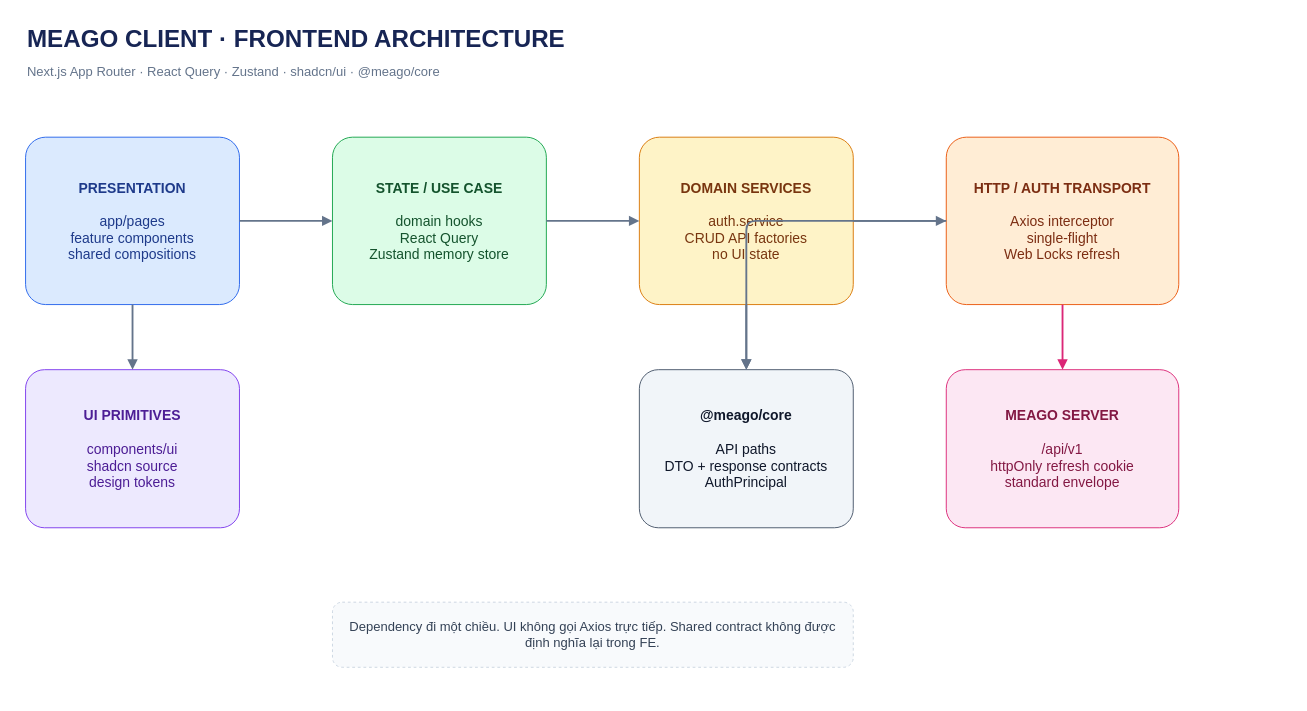
NguyenMinhToan003/MeagoClient keeps this draw.io diagram as docs/diagrams/frontend-architecture.drawio. Above is the earlier version. Source tidied: cells renumbered, new cells numbered last; positions are measured from the earlier drawing's top-left corner, leaving out a move shared by most shapes. Both pictures are drawn from the tidied source at 93%, with x=0, y=0 at pixel (25, 16).
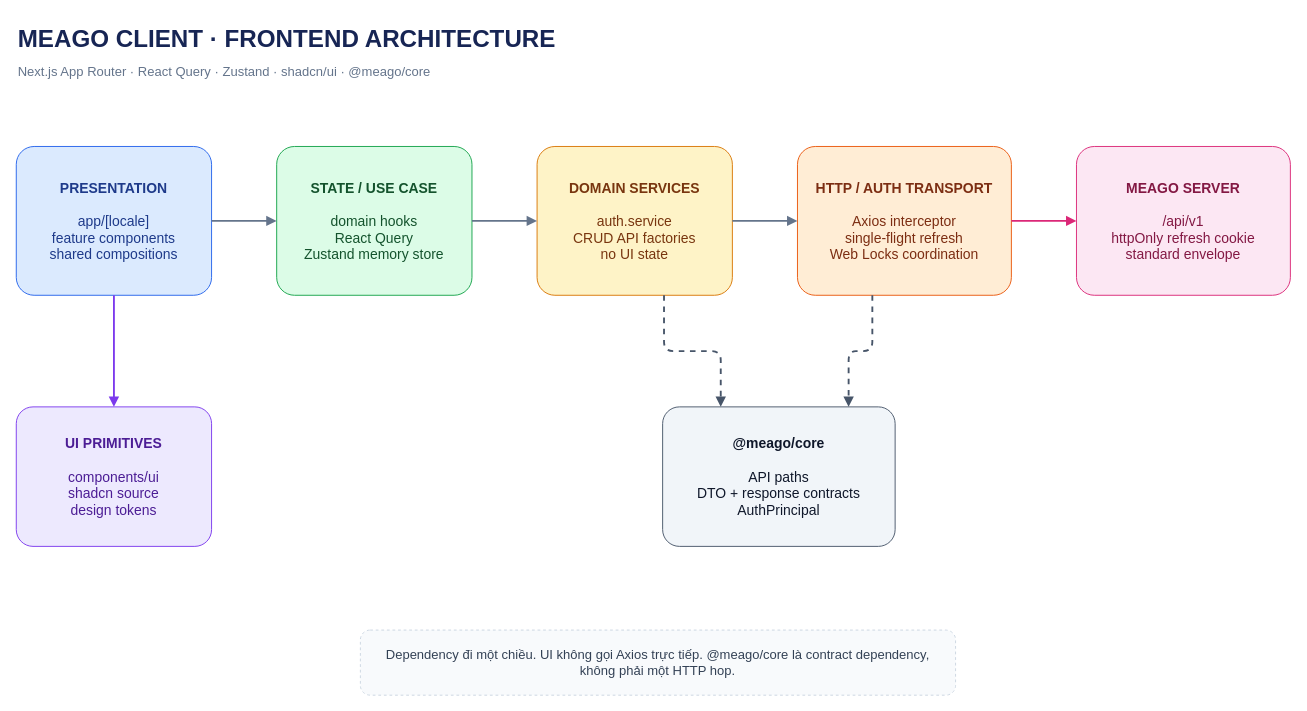
After the change.

The edit, as a diff of the source:
```diff
@@
     <mxCell id="2" value="MEAGO CLIENT · FRONTEND ARCHITECTURE" style="text;html=1;align=left;verticalAlign=middle;fontSize=26;fontStyle=1;fontColor=#172554;" parent="1" vertex="1">
-      <mxGeometry width="700" height="50" as="geometry" />
+      <mxGeometry x="-10" width="760" height="50" as="geometry" />
     </mxCell>
     <mxCell id="3" value="Next.js App Router · React Query · Zustand · shadcn/ui · @meago/core" style="text;html=1;align=left;verticalAlign=middle;fontSize=14;fontColor=#64748B;" parent="1" vertex="1">
-      <mxGeometry y="45" width="700" height="30" as="geometry" />
+      <mxGeometry x="-10" y="45" width="760" height="30" as="geometry" />
     </mxCell>
-    <mxCell id="4" value="&lt;b&gt;PRESENTATION&lt;/b&gt;&lt;br&gt;&lt;br&gt;app/pages&lt;br&gt;feature components&lt;br&gt;shared compositions" style="rounded=1;whiteSpace=wrap;html=1;fillColor=#DBEAFE;strokeColor=#2563EB;fontColor=#1E3A8A;fontSize=15;spacing=12;arcSize=12;" parent="1" vertex="1">
-      <mxGeometry y="130" width="230" height="180" as="geometry" />
+    <mxCell id="4" value="&lt;b&gt;PRESENTATION&lt;/b&gt;&lt;br&gt;&lt;br&gt;app/[locale]&lt;br&gt;feature components&lt;br&gt;shared compositions" style="rounded=1;whiteSpace=wrap;html=1;fillColor=#DBEAFE;strokeColor=#2563EB;fontColor=#1E3A8A;fontSize=15;spacing=12;arcSize=12;" parent="1" vertex="1">
+      <mxGeometry x="-10" y="140" width="210" height="160" as="geometry" />
     </mxCell>
-    <mxCell id="5" value="&lt;b&gt;UI PRIMITIVES&lt;/b&gt;&lt;br&gt;&lt;br&gt;components/ui&lt;br&gt;shadcn source&lt;br&gt;design tokens" style="rounded=1;whiteSpace=wrap;html=1;fillColor=#EDE9FE;strokeColor=#7C3AED;fontColor=#4C1D95;fontSize=15;spacing=12;arcSize=12;" parent="1" vertex="1">
-      <mxGeometry y="380" width="230" height="170" as="geometry" />
-    </mxCell>
     <mxCell id="6" value="&lt;b&gt;STATE / USE CASE&lt;/b&gt;&lt;br&gt;&lt;br&gt;domain hooks&lt;br&gt;React Query&lt;br&gt;Zustand memory store" style="rounded=1;whiteSpace=wrap;html=1;fillColor=#DCFCE7;strokeColor=#16A34A;fontColor=#14532D;fontSize=15;spacing=12;arcSize=12;" parent="1" vertex="1">
-      <mxGeometry x="330" y="130" width="230" height="180" as="geometry" />
+      <mxGeometry x="270" y="140" width="210" height="160" as="geometry" />
     </mxCell>
     <mxCell id="7" value="&lt;b&gt;DOMAIN SERVICES&lt;/b&gt;&lt;br&gt;&lt;br&gt;auth.service&lt;br&gt;CRUD API factories&lt;br&gt;no UI state" style="rounded=1;whiteSpace=wrap;html=1;fillColor=#FEF3C7;strokeColor=#D97706;fontColor=#78350F;fontSize=15;spacing=12;arcSize=12;" parent="1" vertex="1">
-      <mxGeometry x="660" y="130" width="230" height="180" as="geometry" />
+      <mxGeometry x="550" y="140" width="210" height="160" as="geometry" />
     </mxCell>
-    <mxCell id="8" value="&lt;b&gt;HTTP / AUTH TRANSPORT&lt;/b&gt;&lt;br&gt;&lt;br&gt;Axios interceptor&lt;br&gt;single-flight&lt;br&gt;Web Locks refresh" style="rounded=1;whiteSpace=wrap;html=1;fillColor=#FFEDD5;strokeColor=#EA580C;fontColor=#7C2D12;fontSize=15;spacing=12;arcSize=12;" parent="1" vertex="1">
-      <mxGeometry x="990" y="130" width="250" height="180" as="geometry" />
+    <mxCell id="8" value="&lt;b&gt;HTTP / AUTH TRANSPORT&lt;/b&gt;&lt;br&gt;&lt;br&gt;Axios interceptor&lt;br&gt;single-flight refresh&lt;br&gt;Web Locks coordination" style="rounded=1;whiteSpace=wrap;html=1;fillColor=#FFEDD5;strokeColor=#EA580C;fontColor=#7C2D12;fontSize=15;spacing=12;arcSize=12;" parent="1" vertex="1">
+      <mxGeometry x="830" y="140" width="230" height="160" as="geometry" />
     </mxCell>
+    <mxCell id="10" value="&lt;b&gt;MEAGO SERVER&lt;/b&gt;&lt;br&gt;&lt;br&gt;/api/v1&lt;br&gt;httpOnly refresh cookie&lt;br&gt;standard envelope" style="rounded=1;whiteSpace=wrap;html=1;fillColor=#FCE7F3;strokeColor=#DB2777;fontColor=#831843;fontSize=15;spacing=12;arcSize=12;" parent="1" vertex="1">
+      <mxGeometry x="1130" y="140" width="230" height="160" as="geometry" />
+    </mxCell>
+    <mxCell id="5" value="&lt;b&gt;UI PRIMITIVES&lt;/b&gt;&lt;br&gt;&lt;br&gt;components/ui&lt;br&gt;shadcn source&lt;br&gt;design tokens" style="rounded=1;whiteSpace=wrap;html=1;fillColor=#EDE9FE;strokeColor=#7C3AED;fontColor=#4C1D95;fontSize=15;spacing=12;arcSize=12;" parent="1" vertex="1">
+      <mxGeometry x="-10" y="420" width="210" height="150" as="geometry" />
+    </mxCell>
     <mxCell id="9" value="&lt;b&gt;@meago/core&lt;/b&gt;&lt;br&gt;&lt;br&gt;API paths&lt;br&gt;DTO + response contracts&lt;br&gt;AuthPrincipal" style="rounded=1;whiteSpace=wrap;html=1;fillColor=#F1F5F9;strokeColor=#475569;fontColor=#0F172A;fontSize=15;spacing=12;arcSize=12;" parent="1" vertex="1">
-      <mxGeometry x="660" y="380" width="230" height="170" as="geometry" />
+      <mxGeometry x="685" y="420" width="250" height="150" as="geometry" />
     </mxCell>
-    <mxCell id="10" value="&lt;b&gt;MEAGO SERVER&lt;/b&gt;&lt;br&gt;&lt;br&gt;/api/v1&lt;br&gt;httpOnly refresh cookie&lt;br&gt;standard envelope" style="rounded=1;whiteSpace=wrap;html=1;fillColor=#FCE7F3;strokeColor=#DB2777;fontColor=#831843;fontSize=15;spacing=12;arcSize=12;" parent="1" vertex="1">
-      <mxGeometry x="990" y="380" width="250" height="170" as="geometry" />
-    </mxCell>
-    <mxCell id="11" value="Dependency đi một chiều. UI không gọi Axios trực tiếp. Shared contract không được định nghĩa lại trong FE." style="rounded=1;whiteSpace=wrap;html=1;fillColor=#F8FAFC;strokeColor=#CBD5E1;fontColor=#334155;fontSize=14;spacing=12;dashed=1;" parent="1" vertex="1">
-      <mxGeometry x="330" y="630" width="560" height="70" as="geometry" />
+    <mxCell id="11" value="Dependency đi một chiều. UI không gọi Axios trực tiếp. @meago/core là contract dependency, không phải một HTTP hop." style="rounded=1;whiteSpace=wrap;html=1;fillColor=#F8FAFC;strokeColor=#CBD5E1;fontColor=#334155;fontSize=14;spacing=12;dashed=1;" parent="1" vertex="1">
+      <mxGeometry x="360" y="660" width="640" height="70" as="geometry" />
     </mxCell>
-    <mxCell id="12" style="edgeStyle=orthogonalEdgeStyle;rounded=1;jettySize=auto;html=1;strokeWidth=2;strokeColor=#64748B;endArrow=block;endFill=1;" parent="1" edge="1" source="4" target="6">
+    <mxCell id="12" style="edgeStyle=orthogonalEdgeStyle;rounded=1;html=1;strokeWidth=2;strokeColor=#64748B;endArrow=block;endFill=1;exitX=1;exitY=0.5;entryX=0;entryY=0.5;" parent="1" edge="1" source="4" target="6">
       <mxGeometry relative="1" as="geometry" />
     </mxCell>
-    <mxCell id="13" style="edgeStyle=orthogonalEdgeStyle;rounded=1;html=1;strokeWidth=2;strokeColor=#64748B;endArrow=block;endFill=1;" parent="1" edge="1" source="4" target="5">
+    <mxCell id="13" style="edgeStyle=orthogonalEdgeStyle;rounded=1;html=1;strokeWidth=2;strokeColor=#64748B;endArrow=block;endFill=1;exitX=1;exitY=0.5;entryX=0;entryY=0.5;" parent="1" edge="1" source="6" target="7">
       <mxGeometry relative="1" as="geometry" />
     </mxCell>
-    <mxCell id="14" style="edgeStyle=orthogonalEdgeStyle;rounded=1;html=1;strokeWidth=2;strokeColor=#64748B;endArrow=block;endFill=1;" parent="1" edge="1" source="6" target="7">
+    <mxCell id="14" style="edgeStyle=orthogonalEdgeStyle;rounded=1;html=1;strokeWidth=2;strokeColor=#64748B;endArrow=block;endFill=1;exitX=1;exitY=0.5;entryX=0;entryY=0.5;" parent="1" edge="1" source="7" target="8">
       <mxGeometry relative="1" as="geometry" />
     </mxCell>
-    <mxCell id="15" style="edgeStyle=orthogonalEdgeStyle;rounded=1;html=1;strokeWidth=2;strokeColor=#64748B;endArrow=block;endFill=1;" parent="1" edge="1" source="7" target="8">
+    <mxCell id="15" style="edgeStyle=orthogonalEdgeStyle;rounded=1;html=1;strokeWidth=2;strokeColor=#DB2777;endArrow=block;endFill=1;exitX=1;exitY=0.5;entryX=0;entryY=0.5;" parent="1" edge="1" source="8" target="10">
       <mxGeometry relative="1" as="geometry" />
     </mxCell>
-    <mxCell id="16" style="edgeStyle=orthogonalEdgeStyle;rounded=1;html=1;strokeWidth=2;strokeColor=#64748B;endArrow=block;endFill=1;" parent="1" edge="1" source="7" target="9">
+    <mxCell id="16" style="edgeStyle=orthogonalEdgeStyle;rounded=1;html=1;strokeWidth=2;strokeColor=#7C3AED;endArrow=block;endFill=1;exitX=0.5;exitY=1;entryX=0.5;entryY=0;" parent="1" edge="1" source="4" target="5">
       <mxGeometry relative="1" as="geometry" />
     </mxCell>
-    <mxCell id="17" style="edgeStyle=orthogonalEdgeStyle;rounded=1;html=1;strokeWidth=2;strokeColor=#64748B;endArrow=block;endFill=1;" parent="1" edge="1" source="8" target="9">
-      <mxGeometry relative="1" as="geometry" />
+    <mxCell id="17" style="edgeStyle=orthogonalEdgeStyle;rounded=1;html=1;strokeWidth=2;strokeColor=#475569;dashed=1;endArrow=block;endFill=1;exitX=0.65;exitY=1;entryX=0.25;entryY=0;" parent="1" edge="1" source="7" target="9">
+      <mxGeometry relative="1" as="geometry">
+        <Array as="points">
+          <mxPoint x="687" y="360" />
+          <mxPoint x="748" y="360" />
+        </Array>
+      </mxGeometry>
     </mxCell>
-    <mxCell id="18" style="edgeStyle=orthogonalEdgeStyle;rounded=1;html=1;strokeWidth=2;strokeColor=#DB2777;endArrow=block;endFill=1;" parent="1" edge="1" source="8" target="10">
-      <mxGeometry relative="1" as="geometry" />
+    <mxCell id="18" style="edgeStyle=orthogonalEdgeStyle;rounded=1;html=1;strokeWidth=2;strokeColor=#475569;dashed=1;endArrow=block;endFill=1;exitX=0.35;exitY=1;entryX=0.8;entryY=0;" parent="1" edge="1" source="8" target="9">
+      <mxGeometry relative="1" as="geometry">
+        <Array as="points">
+          <mxPoint x="911" y="360" />
+          <mxPoint x="885" y="360" />
+        </Array>
+      </mxGeometry>
     </mxCell>
```
